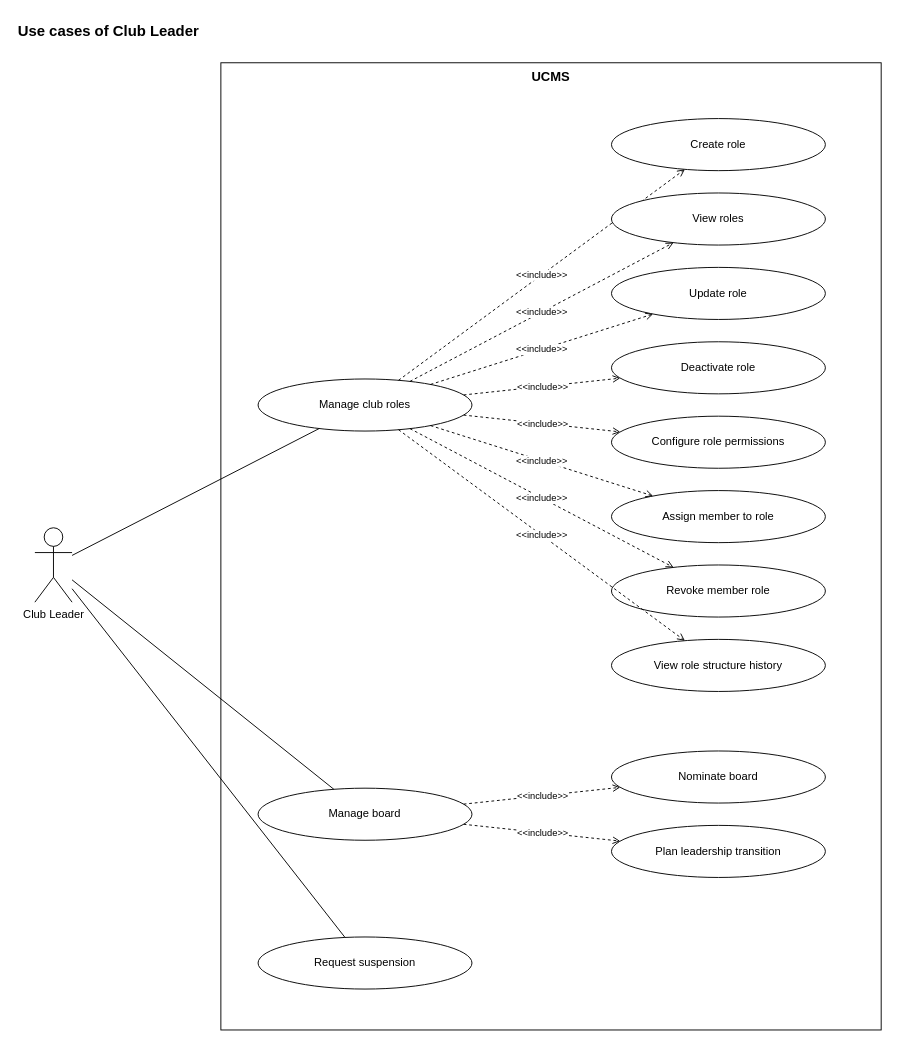
Above: page "Club Leader" (3 of 9) of docs/03-diagrams/UCMS_UseCase_ByActor.drawio in nvdekay/ClubManagementSystem (draw.io), before the change. Source tidied: cells renumbered, new cells numbered last; positions are measured from the earlier drawing's top-left corner, leaving out a move shared by most shapes. Both pictures are drawn from the tidied source at 93%, with x=0, y=0 at pixel (16, 16).
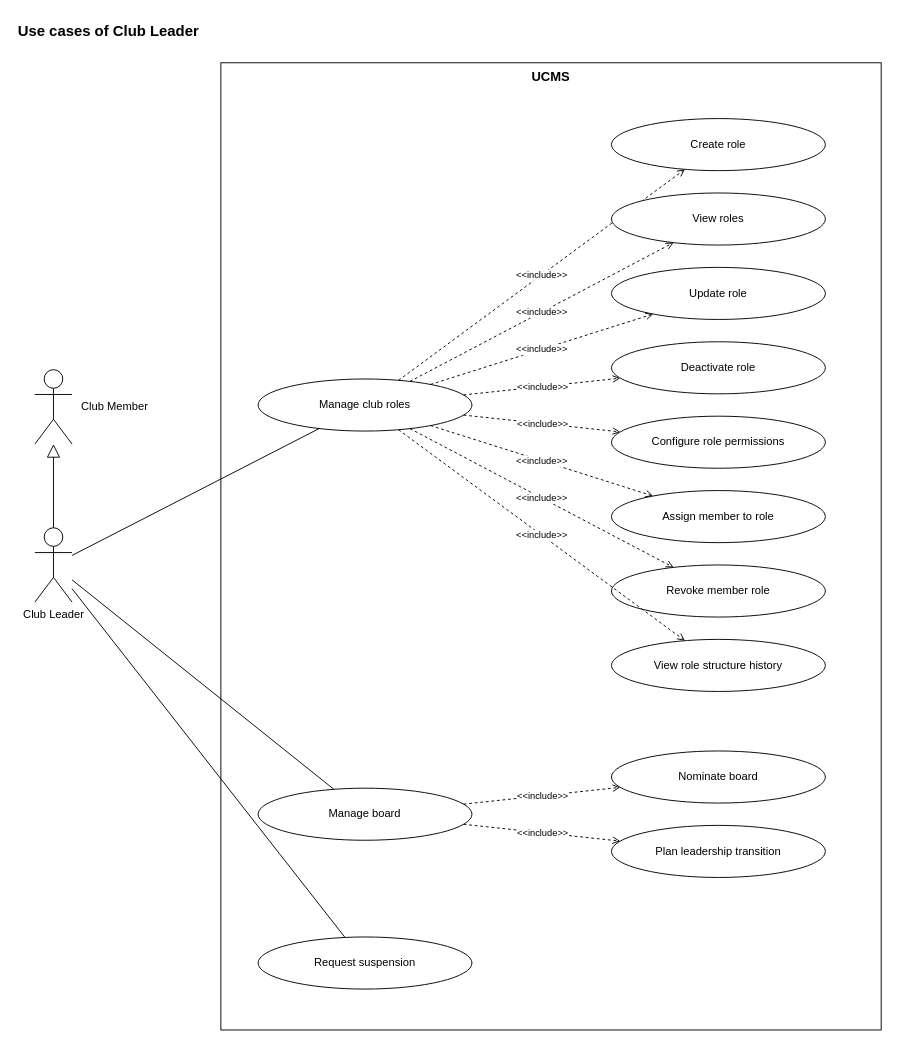
The same page after the edit.

Unchanged cells that the change refers to:
```xml
<mxCell id="4" value="Club Leader" style="shape=umlActor;verticalLabelPosition=bottom;verticalAlign=top;html=1;outlineConnect=0;fillColor=#ffffff;strokeColor=#000000;" parent="1" vertex="1">
  <mxGeometry x="20" y="550" width="40" height="80" as="geometry" />
</mxCell>
```

Diff of the diagram source:
```diff
@@
+    <mxCell id="31" value="Club Member" style="shape=umlActor;verticalLabelPosition=middle;verticalAlign=middle;labelPosition=right;align=left;spacingLeft=8;html=1;outlineConnect=0;fillColor=#ffffff;strokeColor=#000000;fontSize=12;" parent="1" vertex="1">
+      <mxGeometry x="20" y="380" width="40" height="80" as="geometry" />
+    </mxCell>
+    <mxCell id="32" style="endArrow=block;endFill=0;endSize=12;html=1;strokeColor=#000000;dashed=0;exitX=0.5;exitY=0;exitDx=0;exitDy=0;entryX=0.5;entryY=1;entryDx=0;entryDy=0;" parent="1" edge="1" source="4" target="31">
+      <mxGeometry relative="1" as="geometry" />
+    </mxCell>
```
